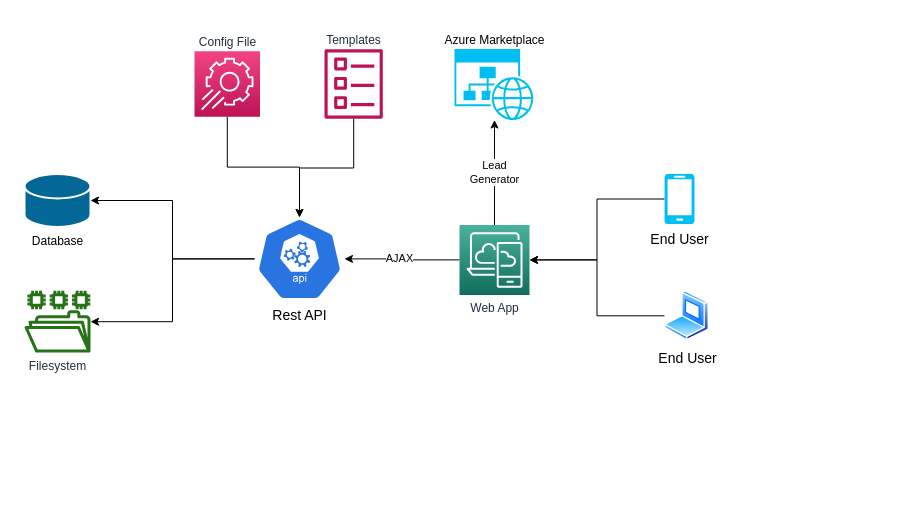
Above: page "Old" (2 of 2) of architecture.drawio in rbrown-orxa/LC_App_2_microservices (draw.io), before the change. Source tidied: cells renumbered, new cells numbered last; positions are measured from the earlier drawing's top-left corner, leaving out a move shared by most shapes. Both pictures are drawn from the tidied source at 100%, with x=0, y=0 at pixel (24, 49).
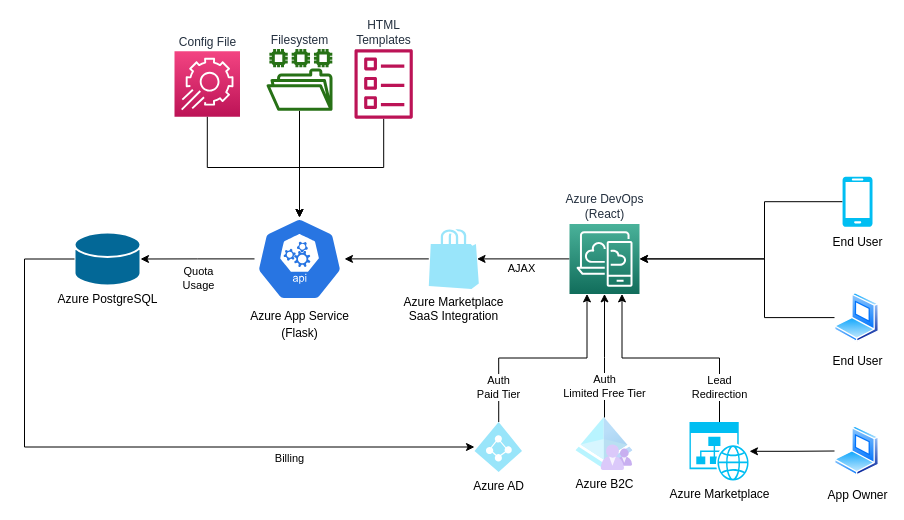
The same diagram, later.

Unchanged cells that the change refers to:
```xml
<mxCell id="13" style="edgeStyle=orthogonalEdgeStyle;rounded=0;jettySize=auto;html=1;startArrow=none;startFill=0;endArrow=classic;endFill=1;fontSize=14;entryX=1;entryY=0.5;entryDx=0;entryDy=0;entryPerimeter=0;" parent="1" edge="1" source="14" target="3">
  <mxGeometry relative="1" as="geometry" />
</mxCell>
```

Change to the diagram source:
```diff
@@
-    <mxCell id="2" style="edgeStyle=orthogonalEdgeStyle;rounded=0;jettySize=auto;html=1;entryX=1;entryY=0.5;entryDx=0;entryDy=0;entryPerimeter=0;exitX=0;exitY=0.5;exitDx=0;exitDy=0;exitPerimeter=0;" parent="1" edge="1" source="10" target="7">
-      <mxGeometry relative="1" as="geometry" />
+    <mxCell id="2" style="edgeStyle=orthogonalEdgeStyle;rounded=0;orthogonalLoop=1;jettySize=auto;html=1;entryX=1;entryY=0.5;entryDx=0;entryDy=0;entryPerimeter=0;exitX=0;exitY=0.5;exitDx=0;exitDy=0;exitPerimeter=0;" parent="1" edge="1">
+      <mxGeometry relative="1" as="geometry">
+        <mxPoint x="818" y="152.2" as="sourcePoint" />
+        <mxPoint x="615" y="209.4" as="targetPoint" />
+        <Array as="points">
+          <mxPoint x="740" y="153" />
+          <mxPoint x="740" y="210" />
+        </Array>
+      </mxGeometry>
     </mxCell>
-    <mxCell id="3" value="Database" style="shape=mxgraph.cisco.storage.relational_database;html=1;dashed=0;fillColor=#036897;strokeColor=#ffffff;strokeWidth=2;verticalLabelPosition=bottom;verticalAlign=top;align=center;outlineConnect=0;" parent="1" vertex="1">
-      <mxGeometry y="124.5" width="66" height="53" as="geometry" />
+    <mxCell id="3" value="Azure PostgreSQL" style="shape=mxgraph.cisco.storage.relational_database;html=1;dashed=0;fillColor=#036897;strokeColor=#ffffff;strokeWidth=2;verticalLabelPosition=bottom;verticalAlign=top;align=center;outlineConnect=0;" parent="1" vertex="1">
+      <mxGeometry x="50" y="183" width="66" height="53" as="geometry" />
     </mxCell>
-    <mxCell id="4" style="edgeStyle=orthogonalEdgeStyle;rounded=0;jettySize=auto;html=1;" parent="1" edge="1" source="7" target="14">
+    <mxCell id="4" style="edgeStyle=orthogonalEdgeStyle;rounded=0;jettySize=auto;html=1;entryX=0.965;entryY=0.5;entryDx=0;entryDy=0;entryPerimeter=0;" parent="1" edge="1" source="7" target="32">
       <mxGeometry relative="1" as="geometry" />
     </mxCell>
     <mxCell id="5" value="AJAX" style="edgeLabel;html=1;align=center;verticalAlign=middle;" parent="4" vertex="1">
-      <mxGeometry x="0.07" y="-1" relative="1" as="geometry" />
+      <mxGeometry x="0.07" y="-1" relative="1" as="geometry">
+        <mxPoint y="9.6" as="offset" />
+      </mxGeometry>
     </mxCell>
-    <mxCell id="6" value="Lead&lt;br&gt;Generator" style="edgeStyle=orthogonalEdgeStyle;rounded=0;jettySize=auto;html=1;exitX=0.5;exitY=0;exitDx=0;exitDy=0;exitPerimeter=0;startArrow=none;startFill=0;endArrow=classic;endFill=1;" parent="1" edge="1" source="7" target="12">
-      <mxGeometry relative="1" as="geometry" />
+    <mxCell id="6" value="Lead&lt;br&gt;Redirection" style="edgeStyle=orthogonalEdgeStyle;rounded=0;jettySize=auto;html=1;startArrow=classic;startFill=1;endArrow=none;endFill=0;exitX=0.75;exitY=1;exitDx=0;exitDy=0;exitPerimeter=0;" parent="1" edge="1" source="7" target="12">
+      <mxGeometry x="0.69" relative="1" as="geometry" />
     </mxCell>
+    <mxCell id="20" style="edgeStyle=orthogonalEdgeStyle;rounded=0;jettySize=auto;html=1;startArrow=classic;startFill=1;endArrow=none;endFill=0;exitX=0.25;exitY=1;exitDx=0;exitDy=0;exitPerimeter=0;entryX=0.51;entryY=0;entryDx=0;entryDy=0;entryPerimeter=0;" parent="1" edge="1" source="7" target="29">
+      <mxGeometry relative="1" as="geometry" />
+    </mxCell>
+    <mxCell id="21" value="Auth&lt;br&gt;Paid Tier" style="edgeLabel;html=1;align=center;verticalAlign=middle;" parent="20" vertex="1">
+      <mxGeometry x="0.46" y="-3" relative="1" as="geometry">
+        <mxPoint x="2.5" y="22.9" as="offset" />
+      </mxGeometry>
+    </mxCell>
+    <mxCell id="22" value="Auth&lt;br&gt;Limited Free Tier" style="edgeStyle=orthogonalEdgeStyle;rounded=0;jettySize=auto;html=1;startArrow=classic;startFill=1;endArrow=none;endFill=0;exitX=0.5;exitY=1;exitDx=0;exitDy=0;exitPerimeter=0;" parent="1" edge="1" source="7" target="30">
+      <mxGeometry x="0.51" relative="1" as="geometry">
+        <Array as="points">
+          <mxPoint x="580" y="308" />
+          <mxPoint x="580" y="308" />
+        </Array>
+      </mxGeometry>
+    </mxCell>
-    <mxCell id="7" value="Web App" style="points=[[0,0,0],[0.25,0,0],[0.5,0,0],[0.75,0,0],[1,0,0],[0,1,0],[0.25,1,0],[0.5,1,0],[0.75,1,0],[1,1,0],[0,0.25,0],[0,0.5,0],[0,0.75,0],[1,0.25,0],[1,0.5,0],[1,0.75,0]];outlineConnect=0;fontColor=#232F3E;gradientColor=#4AB29A;gradientDirection=north;fillColor=#116D5B;strokeColor=#ffffff;dashed=0;verticalLabelPosition=bottom;verticalAlign=top;align=center;html=1;fontSize=12;fontStyle=0;shape=mxgraph.aws4.resourceIcon;resIcon=mxgraph.aws4.desktop_and_app_streaming;" parent="1" vertex="1">
-      <mxGeometry x="435" y="175.4" width="70" height="70" as="geometry" />
+    <mxCell id="7" value="Azure DevOps&lt;br&gt;(React)" style="points=[[0,0,0],[0.25,0,0],[0.5,0,0],[0.75,0,0],[1,0,0],[0,1,0],[0.25,1,0],[0.5,1,0],[0.75,1,0],[1,1,0],[0,0.25,0],[0,0.5,0],[0,0.75,0],[1,0.25,0],[1,0.5,0],[1,0.75,0]];outlineConnect=0;fontColor=#232F3E;gradientColor=#4AB29A;gradientDirection=north;fillColor=#116D5B;strokeColor=#ffffff;dashed=0;verticalLabelPosition=top;verticalAlign=bottom;align=center;html=1;fontSize=12;fontStyle=0;shape=mxgraph.aws4.resourceIcon;resIcon=mxgraph.aws4.desktop_and_app_streaming;labelPosition=center;" parent="1" vertex="1">
+      <mxGeometry x="545" y="174.4" width="70" height="70" as="geometry" />
     </mxCell>
     <mxCell id="8" style="edgeStyle=orthogonalEdgeStyle;rounded=0;jettySize=auto;html=1;entryX=0.5;entryY=0;entryDx=0;entryDy=0;entryPerimeter=0;" parent="1" edge="1" source="9" target="14">
-      <mxGeometry relative="1" as="geometry" />
+      <mxGeometry relative="1" as="geometry">
+        <Array as="points">
+          <mxPoint x="359" y="118" />
+          <mxPoint x="275" y="118" />
+        </Array>
+      </mxGeometry>
     </mxCell>
-    <mxCell id="9" value="Templates" style="outlineConnect=0;fontColor=#232F3E;gradientColor=none;fillColor=#BC1356;strokeColor=none;dashed=0;verticalLabelPosition=top;verticalAlign=bottom;align=center;html=1;fontSize=12;fontStyle=0;shape=mxgraph.aws4.template;labelPosition=center;" parent="1" vertex="1">
-      <mxGeometry x="300" y="-0.5" width="58.3" height="70" as="geometry" />
+    <mxCell id="9" value="HTML&lt;br&gt;Templates" style="outlineConnect=0;fontColor=#232F3E;gradientColor=none;fillColor=#BC1356;strokeColor=none;dashed=0;verticalLabelPosition=top;verticalAlign=bottom;align=center;html=1;fontSize=12;fontStyle=0;shape=mxgraph.aws4.template;labelPosition=center;" parent="1" vertex="1">
+      <mxGeometry x="330" y="-0.5" width="58.3" height="70" as="geometry" />
     </mxCell>
-    <mxCell id="10" value="End User" style="verticalLabelPosition=bottom;html=1;verticalAlign=top;align=center;strokeColor=none;fillColor=#00BEF2;shape=mxgraph.azure.mobile;fontSize=14;" parent="1" vertex="1">
-      <mxGeometry x="640" y="124.5" width="30" height="50" as="geometry" />
+    <mxCell id="10" value="&lt;font style=&quot;font-size: 12px&quot;&gt;End User&lt;/font&gt;" style="verticalLabelPosition=bottom;html=1;verticalAlign=top;align=center;strokeColor=none;fillColor=#00BEF2;shape=mxgraph.azure.mobile;fontSize=14;" parent="1" vertex="1">
+      <mxGeometry x="818" y="127.2" width="30" height="50" as="geometry" />
     </mxCell>
-    <mxCell id="11" value="End User" style="perimeter=ellipsePerimeter;html=1;align=center;shadow=0;dashed=0;spacingTop=3;image;image=img/lib/active_directory/laptop_client.svg;fillColor=#E5CCFF;fontSize=14;" parent="1" vertex="1">
-      <mxGeometry x="640" y="241.3" width="45" height="50" as="geometry" />
+    <mxCell id="11" value="&lt;font style=&quot;font-size: 12px&quot;&gt;End User&lt;/font&gt;" style="perimeter=ellipsePerimeter;html=1;align=center;shadow=0;dashed=0;spacingTop=3;image;image=img/lib/active_directory/laptop_client.svg;fillColor=#E5CCFF;fontSize=14;" parent="1" vertex="1">
+      <mxGeometry x="810" y="243.1" width="45" height="50" as="geometry" />
     </mxCell>
+    <mxCell id="23" style="edgeStyle=orthogonalEdgeStyle;rounded=0;jettySize=auto;html=1;startArrow=classic;startFill=1;endArrow=none;endFill=0;" parent="1" edge="1" source="12" target="31">
+      <mxGeometry relative="1" as="geometry" />
+    </mxCell>
-    <mxCell id="12" value="Azure Marketplace" style="verticalLabelPosition=top;html=1;verticalAlign=bottom;align=center;strokeColor=none;fillColor=#00BEF2;shape=mxgraph.azure.website_generic;labelPosition=center;" parent="1" vertex="1">
-      <mxGeometry x="430" y="-0.5" width="80" height="71" as="geometry" />
+    <mxCell id="12" value="Azure Marketplace" style="verticalLabelPosition=bottom;html=1;verticalAlign=top;align=center;strokeColor=none;fillColor=#00BEF2;shape=mxgraph.azure.website_generic;labelPosition=center;" parent="1" vertex="1">
+      <mxGeometry x="665" y="372.5" width="60" height="58.5" as="geometry" />
     </mxCell>
@@
+    <mxCell id="24" value="Quota&lt;br&gt;Usage" style="edgeLabel;html=1;align=center;verticalAlign=middle;" parent="13" vertex="1">
+      <mxGeometry y="-2" relative="1" as="geometry">
+        <mxPoint y="20.5" as="offset" />
+      </mxGeometry>
+    </mxCell>
+    <mxCell id="19" style="edgeStyle=orthogonalEdgeStyle;rounded=0;jettySize=auto;html=1;startArrow=classic;startFill=1;endArrow=none;endFill=0;" parent="1" edge="1" source="14" target="16">
+      <mxGeometry relative="1" as="geometry" />
+    </mxCell>
+    <mxCell id="25" style="edgeStyle=orthogonalEdgeStyle;rounded=0;jettySize=auto;html=1;startArrow=classic;startFill=1;endArrow=none;endFill=0;" parent="1" edge="1" source="14" target="32">
+      <mxGeometry relative="1" as="geometry" />
+    </mxCell>
-    <mxCell id="14" value="Rest API" style="html=1;dashed=0;whitespace=wrap;fillColor=#2875E2;strokeColor=#ffffff;points=[[0.005,0.63,0],[0.1,0.2,0],[0.9,0.2,0],[0.5,0,0],[0.995,0.63,0],[0.72,0.99,0],[0.5,1,0],[0.28,0.99,0]];shape=mxgraph.kubernetes.icon;prIcon=api;fontSize=14;labelPosition=center;verticalLabelPosition=bottom;align=center;verticalAlign=top;" parent="1" vertex="1">
+    <mxCell id="14" value="&lt;font style=&quot;font-size: 12px&quot;&gt;Azure App Service&lt;br&gt;(Flask)&lt;/font&gt;" style="html=1;dashed=0;whitespace=wrap;fillColor=#2875E2;strokeColor=#ffffff;points=[[0.005,0.63,0],[0.1,0.2,0],[0.9,0.2,0],[0.5,0,0],[0.995,0.63,0],[0.72,0.99,0],[0.5,1,0],[0.28,0.99,0]];shape=mxgraph.kubernetes.icon;prIcon=api;fontSize=14;labelPosition=center;verticalLabelPosition=bottom;align=center;verticalAlign=top;" parent="1" vertex="1">
       <mxGeometry x="230" y="167.9" width="90" height="83" as="geometry" />
     </mxCell>
-    <mxCell id="15" style="edgeStyle=orthogonalEdgeStyle;rounded=0;jettySize=auto;html=1;entryX=1;entryY=0.5;entryDx=0;entryDy=0;entryPerimeter=0;" parent="1" edge="1" source="11" target="7">
-      <mxGeometry relative="1" as="geometry" />
-    </mxCell>
-    <mxCell id="16" value="Filesystem" style="outlineConnect=0;fontColor=#232F3E;gradientColor=none;fillColor=#277116;strokeColor=none;dashed=0;verticalLabelPosition=bottom;verticalAlign=top;align=center;html=1;fontSize=12;fontStyle=0;shape=mxgraph.aws4.file_system;" parent="1" vertex="1">
-      <mxGeometry y="241.3" width="66" height="61.8" as="geometry" />
+    <mxCell id="16" value="Filesystem" style="outlineConnect=0;fontColor=#232F3E;gradientColor=none;fillColor=#277116;strokeColor=none;dashed=0;verticalLabelPosition=top;verticalAlign=bottom;align=center;html=1;fontSize=12;fontStyle=0;shape=mxgraph.aws4.file_system;labelPosition=center;" parent="1" vertex="1">
+      <mxGeometry x="242" y="-0.5" width="66" height="61.8" as="geometry" />
     </mxCell>
     <mxCell id="17" value="Config File" style="points=[[0,0,0],[0.25,0,0],[0.5,0,0],[0.75,0,0],[1,0,0],[0,1,0],[0.25,1,0],[0.5,1,0],[0.75,1,0],[1,1,0],[0,0.25,0],[0,0.5,0],[0,0.75,0],[1,0.25,0],[1,0.5,0],[1,0.75,0]];points=[[0,0,0],[0.25,0,0],[0.5,0,0],[0.75,0,0],[1,0,0],[0,1,0],[0.25,1,0],[0.5,1,0],[0.75,1,0],[1,1,0],[0,0.25,0],[0,0.5,0],[0,0.75,0],[1,0.25,0],[1,0.5,0],[1,0.75,0]];outlineConnect=0;fontColor=#232F3E;gradientColor=#F34482;gradientDirection=north;fillColor=#BC1356;strokeColor=#ffffff;dashed=0;verticalLabelPosition=top;verticalAlign=bottom;align=center;html=1;fontSize=12;fontStyle=0;shape=mxgraph.aws4.resourceIcon;resIcon=mxgraph.aws4.app_config;labelPosition=center;" parent="1" vertex="1">
-      <mxGeometry x="170" y="1.8" width="65.5" height="65.5" as="geometry" />
+      <mxGeometry x="150" y="1.8" width="65.5" height="65.5" as="geometry" />
     </mxCell>
     <mxCell id="18" style="edgeStyle=orthogonalEdgeStyle;rounded=0;jettySize=auto;html=1;entryX=0.5;entryY=0;entryDx=0;entryDy=0;entryPerimeter=0;" parent="1" edge="1" source="17" target="14">
-      <mxGeometry relative="1" as="geometry" />
+      <mxGeometry relative="1" as="geometry">
+        <Array as="points">
+          <mxPoint x="183" y="118" />
+          <mxPoint x="275" y="118" />
+        </Array>
+      </mxGeometry>
     </mxCell>
-    <mxCell id="19" style="edgeStyle=orthogonalEdgeStyle;rounded=0;jettySize=auto;html=1;startArrow=none;startFill=0;endArrow=classic;endFill=1;fontSize=14;" parent="1" edge="1" source="14" target="16">
-      <mxGeometry relative="1" as="geometry" />
-    </mxCell>
+    <mxCell id="26" style="edgeStyle=orthogonalEdgeStyle;rounded=0;orthogonalLoop=1;jettySize=auto;html=1;entryX=1;entryY=0.5;entryDx=0;entryDy=0;entryPerimeter=0;exitX=0;exitY=0.5;exitDx=0;exitDy=0;" parent="1" edge="1">
+      <mxGeometry relative="1" as="geometry">
+        <mxPoint x="810" y="268.1" as="sourcePoint" />
+        <mxPoint x="615" y="209.4" as="targetPoint" />
+        <Array as="points">
+          <mxPoint x="740" y="268" />
+          <mxPoint x="740" y="210" />
+        </Array>
+      </mxGeometry>
+    </mxCell>
+    <mxCell id="27" style="edgeStyle=orthogonalEdgeStyle;rounded=0;jettySize=auto;html=1;entryX=0;entryY=0.5;entryDx=0;entryDy=0;entryPerimeter=0;startArrow=classic;startFill=1;endArrow=none;endFill=0;" parent="1" edge="1" source="29" target="3">
+      <mxGeometry relative="1" as="geometry">
+        <Array as="points">
+          <mxPoint y="398" />
+          <mxPoint y="210" />
+        </Array>
+      </mxGeometry>
+    </mxCell>
+    <mxCell id="28" value="Billing" style="edgeLabel;html=1;align=center;verticalAlign=middle;" parent="27" vertex="1">
+      <mxGeometry x="-0.46" y="4" relative="1" as="geometry">
+        <mxPoint y="6.5" as="offset" />
+      </mxGeometry>
+    </mxCell>
+    <mxCell id="29" value="Azure AD" style="verticalLabelPosition=bottom;html=1;verticalAlign=top;align=center;strokeColor=none;fillColor=#00BEF2;shape=mxgraph.azure.azure_active_directory;dashed=1;labelBackgroundColor=none;opacity=40;labelPosition=center;" parent="1" vertex="1">
+      <mxGeometry x="450" y="372.5" width="47.5" height="50" as="geometry" />
+    </mxCell>
+    <mxCell id="30" value="Azure B2C" style="html=1;points=[];align=center;image;fontSize=12;image=img/lib/azure2/identity/Azure_AD_B2C.svg;dashed=1;labelBackgroundColor=none;fillColor=#F5F5F5;gradientColor=#ffffff;opacity=40;labelPosition=center;verticalLabelPosition=bottom;verticalAlign=top;" parent="1" vertex="1">
+      <mxGeometry x="551.4" y="368" width="57.1" height="53" as="geometry" />
+    </mxCell>
+    <mxCell id="31" value="&lt;font style=&quot;font-size: 12px&quot;&gt;App Owner&lt;/font&gt;" style="perimeter=ellipsePerimeter;html=1;align=center;shadow=0;dashed=0;spacingTop=3;image;image=img/lib/active_directory/laptop_client.svg;fillColor=#E5CCFF;fontSize=14;" parent="1" vertex="1">
+      <mxGeometry x="810" y="376.5" width="45" height="50" as="geometry" />
+    </mxCell>
+    <mxCell id="32" value="Azure Marketplace&lt;br&gt;SaaS Integration" style="verticalLabelPosition=bottom;html=1;verticalAlign=top;align=center;strokeColor=none;fillColor=#00BEF2;shape=mxgraph.azure.azure_marketplace;dashed=1;labelBackgroundColor=none;opacity=40;" parent="1" vertex="1">
+      <mxGeometry x="404.3" y="179.4" width="50" height="60" as="geometry" />
+    </mxCell>
```
